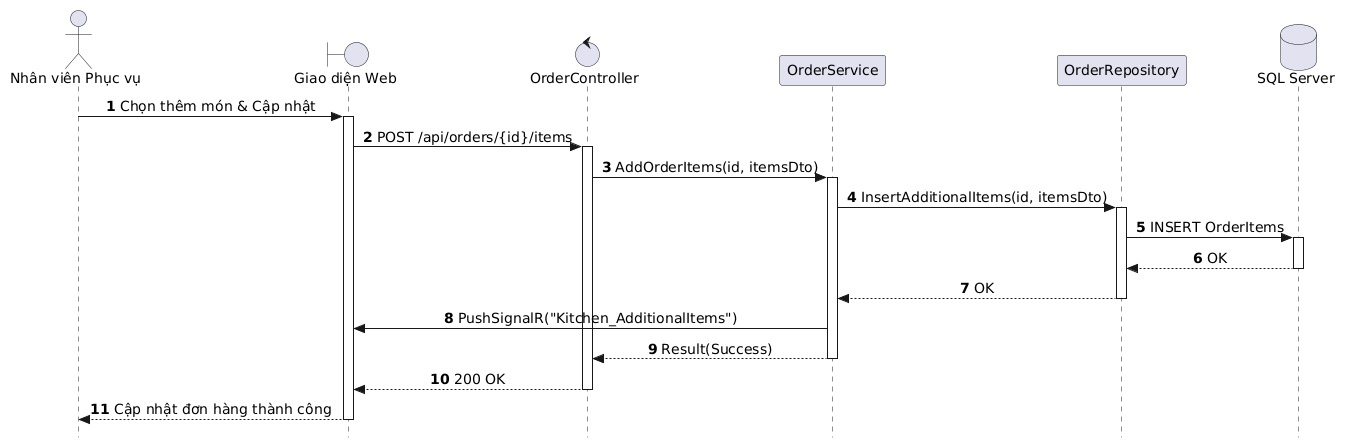
Earlier version of the PlantUML export out/docs/puml/sequences/SD_UC_E1_3_Add_Order_Items/SD_UC_E1_3_Add_Order_Items.png (AndrewQng/VinDining). Its diagram source:
```plantuml
@startuml
autonumber
skinparam style strictuml
skinparam sequenceMessageAlign center
skinparam responseMessageBelowArrow true
skinparam defaultFontName "Segoe UI", Arial, sans-serif
skinparam defaultFontSize 14

actor "Nhân viên Phục vụ" as Waitstaff
boundary "Giao diện Web" as UI
control "OrderController" as Controller
participant "OrderService" as Service
participant "OrderRepository" as Repo
database "SQL Server" as DB

Waitstaff -> UI: Chọn thêm món & Cập nhật
activate UI

UI -> Controller: POST /api/orders/{id}/items
activate Controller

Controller -> Service: AddOrderItems(id, itemsDto)
activate Service

Service -> Repo: InsertAdditionalItems(id, itemsDto)
activate Repo

Repo -> DB: INSERT OrderItems
activate DB
DB --> Repo: OK
deactivate DB

Repo --> Service: OK
deactivate Repo

Service -> UI: PushSignalR("Kitchen_AdditionalItems")

Service --> Controller: Result(Success)
deactivate Service

Controller --> UI: 200 OK
deactivate Controller

UI --> Waitstaff: Cập nhật đơn hàng thành công
deactivate UI
@enduml
```
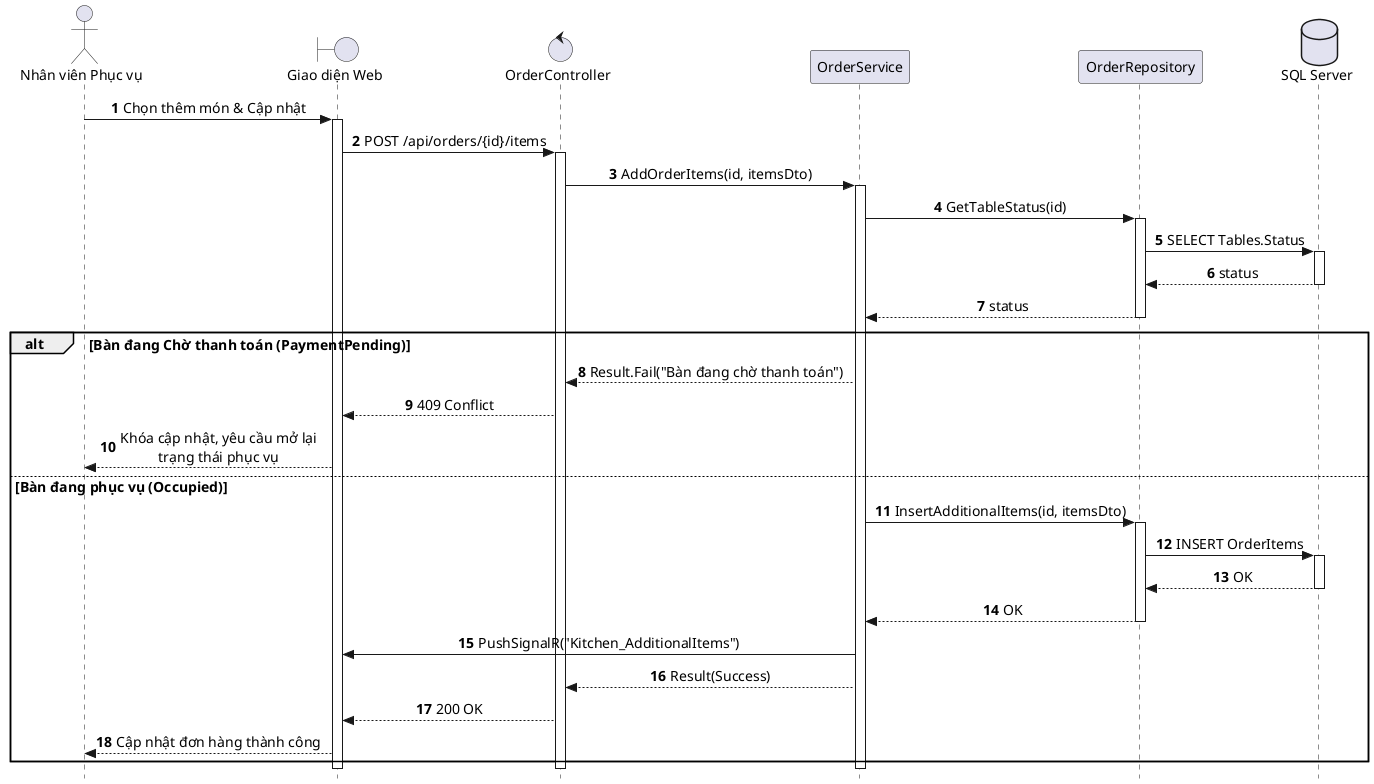
The same diagram one commit later.

Diff of the diagram source:
```diff
@@ -1,4 +1,4 @@
-@startuml
+@startuml SD_UC_E1_3_Add_Order_Items
 autonumber
 skinparam style strictuml
 skinparam sequenceMessageAlign center
@@ -22,6 +22,21 @@
 Controller -> Service: AddOrderItems(id, itemsDto)
 activate Service
 
+Service -> Repo: GetTableStatus(id)
+activate Repo
+Repo -> DB: SELECT Tables.Status
+activate DB
+DB --> Repo: status
+deactivate DB
+Repo --> Service: status
+deactivate Repo
+
+alt Bàn đang Chờ thanh toán (PaymentPending)
+    Service --> Controller: Result.Fail("Bàn đang chờ thanh toán")
+    Controller --> UI: 409 Conflict
+    UI --> Waitstaff: Khóa cập nhật, yêu cầu mở lại\ntrạng thái phục vụ
+else Bàn đang phục vụ (Occupied)
+
 Service -> Repo: InsertAdditionalItems(id, itemsDto)
 activate Repo
 
@@ -36,11 +51,12 @@
 Service -> UI: PushSignalR("Kitchen_AdditionalItems")
 
 Service --> Controller: Result(Success)
-deactivate Service
-
 Controller --> UI: 200 OK
-deactivate Controller
 
 UI --> Waitstaff: Cập nhật đơn hàng thành công
+end
+deactivate Service
+deactivate Controller
 deactivate UI
+
 @enduml
```
